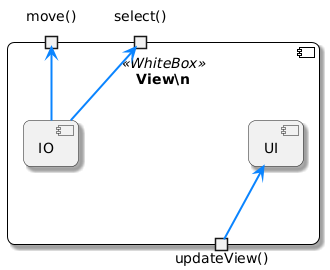
This is Docs/Application/diagrams/baustein_lvl_3_view.png from DavidDao1997/VS_Praktikum-2025-SoSe, a PlantUML export, as it was before one commit.
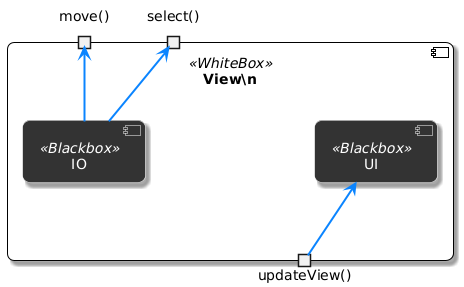
After the commit.

What changed in the source:
```diff
@@ -28,8 +28,8 @@
   portin  "move()"   as IMove
   portin  "select()" as ISelect
 
-  component UI
-  component IO
+  component UI <<Blackbox>>
+  component IO <<Blackbox>>
 }
 
 IUpdate --> UI
```
